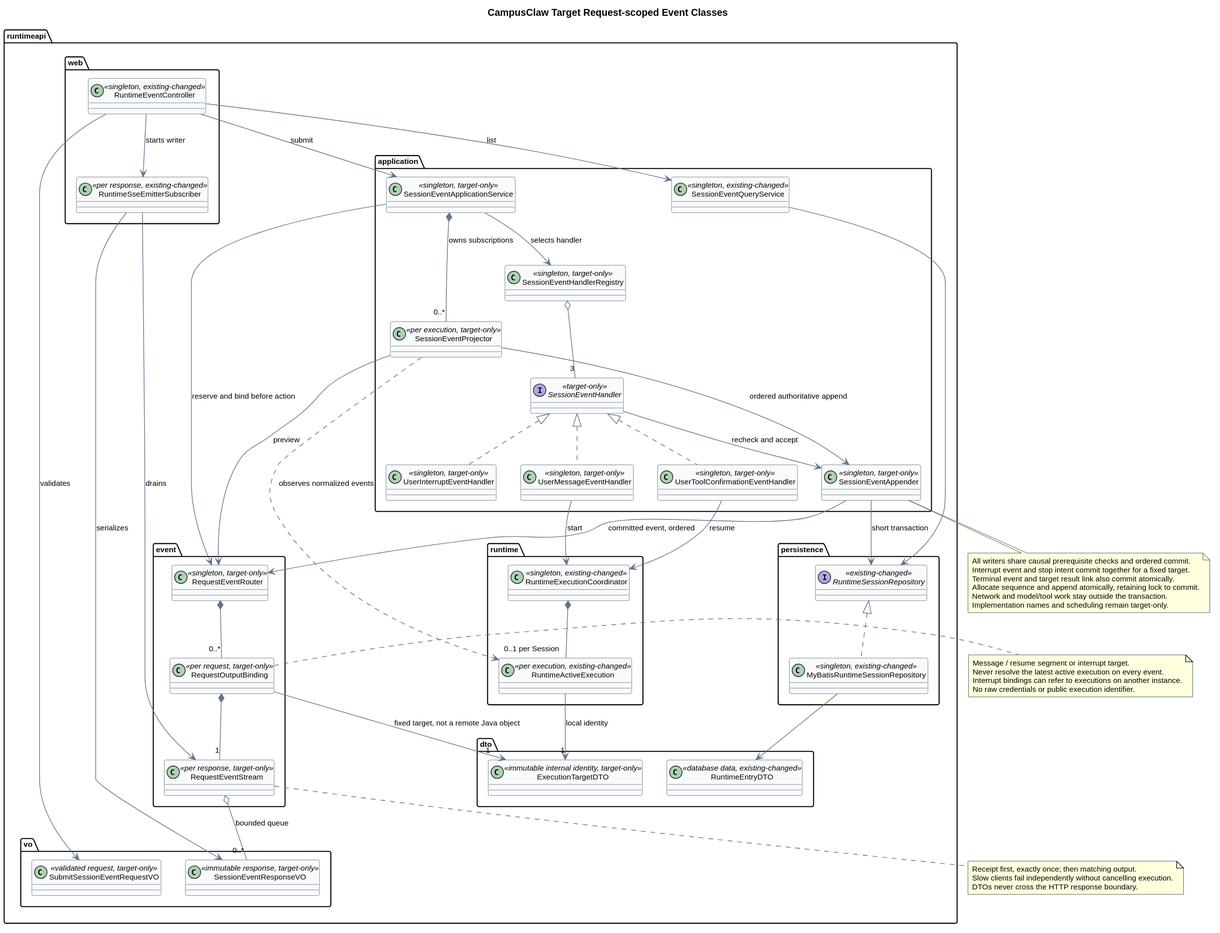
Before: 01-总体架构/01-CampusClaw多Agent运行时/设计图/事件接口重设计/target_session_events_classes.svg, a diagram exported from PlantUML (ssm0808/pi-mono-java-design).
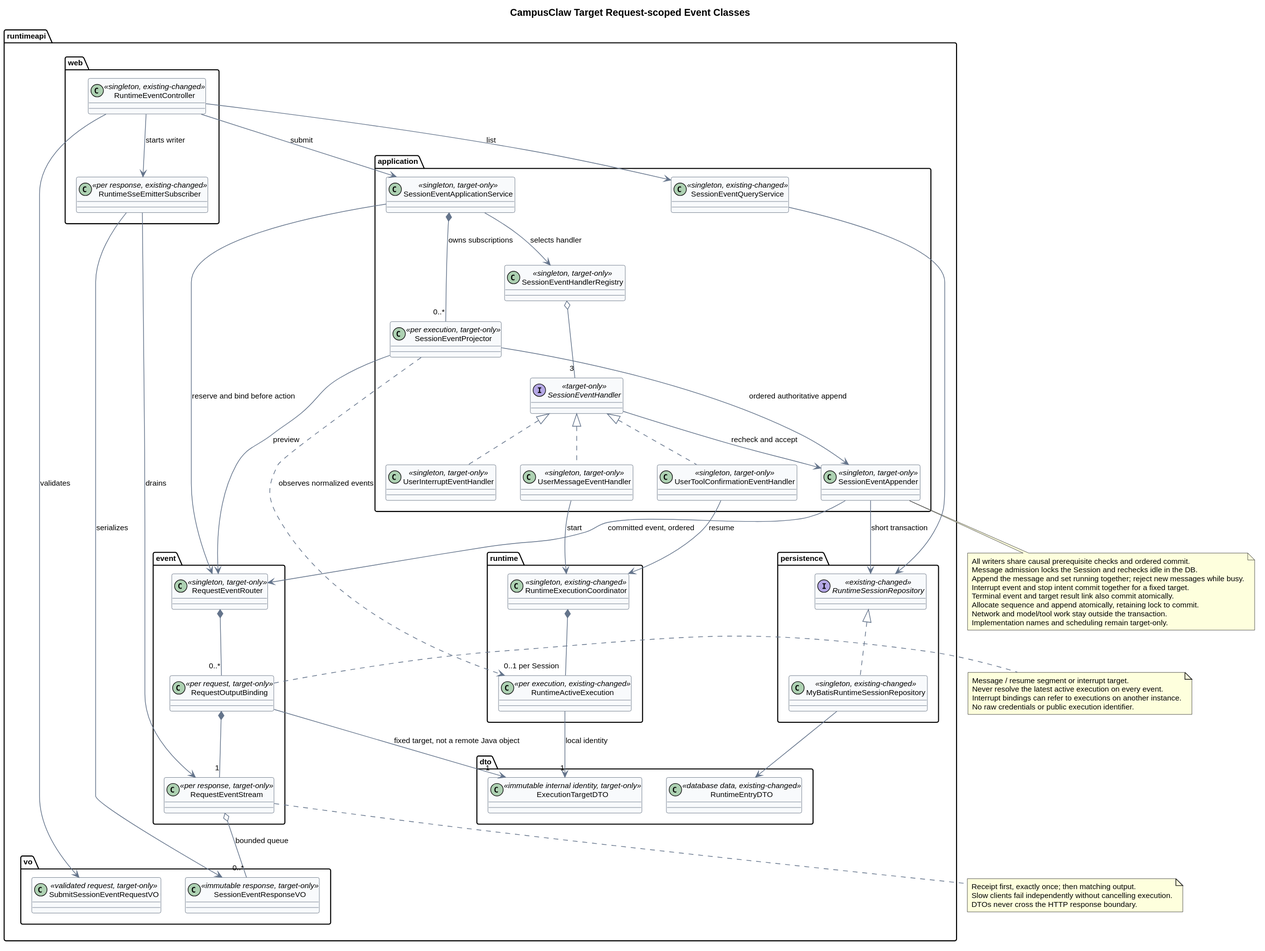
After the commit.

Diff of the diagram source:
```diff
@@ -87,6 +87,8 @@
 end note
 note bottom of SessionEventAppender
 All writers share causal prerequisite checks and ordered commit.
+Message admission locks the Session and rechecks idle in the DB.
+Append the message and set running together; reject new messages while busy.
 Interrupt event and stop intent commit together for a fixed target.
 Terminal event and target result link also commit atomically.
 Allocate sequence and append atomically, retaining lock to commit.
```
